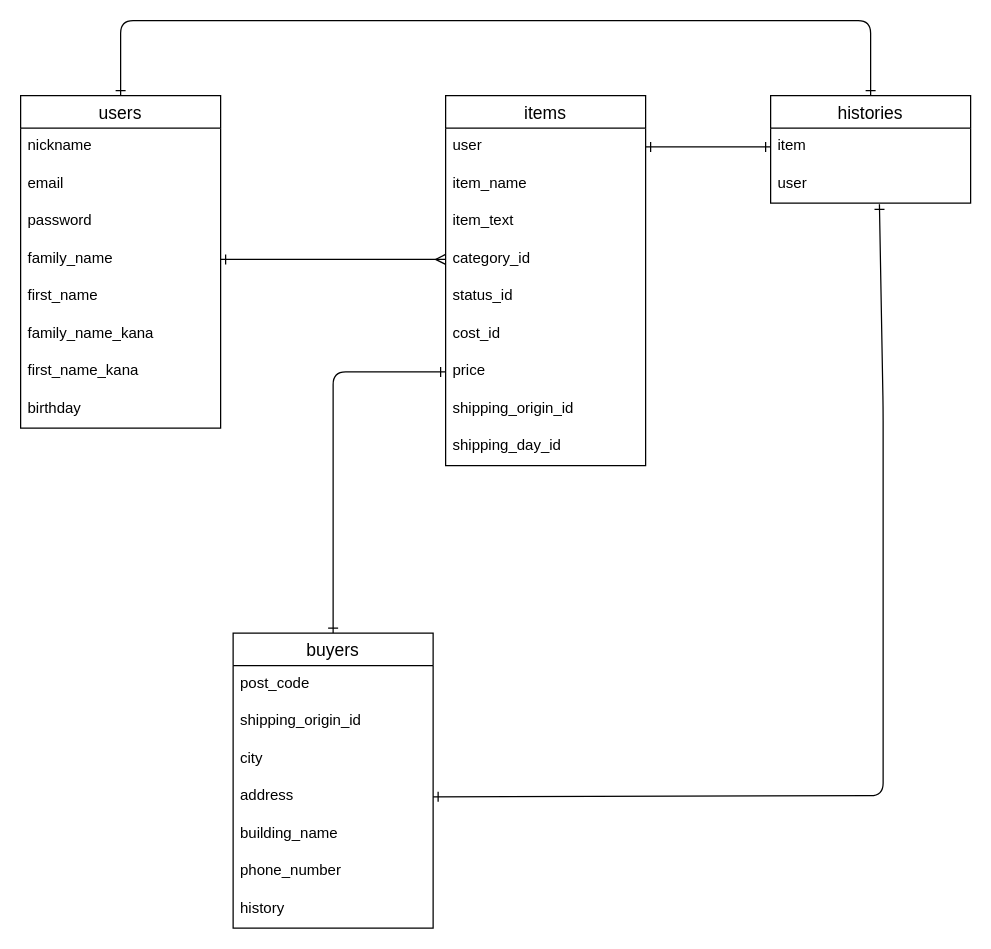
This is furima.dio from Ozeyuta/furima-39084, a draw.io file, before an edit. Source tidied: cells renumbered, new cells numbered last; positions are measured from the earlier drawing's top-left corner, leaving out a move shared by most shapes. Both pictures are drawn from the tidied source at 125%, with x=0, y=0 at pixel (20, 20).
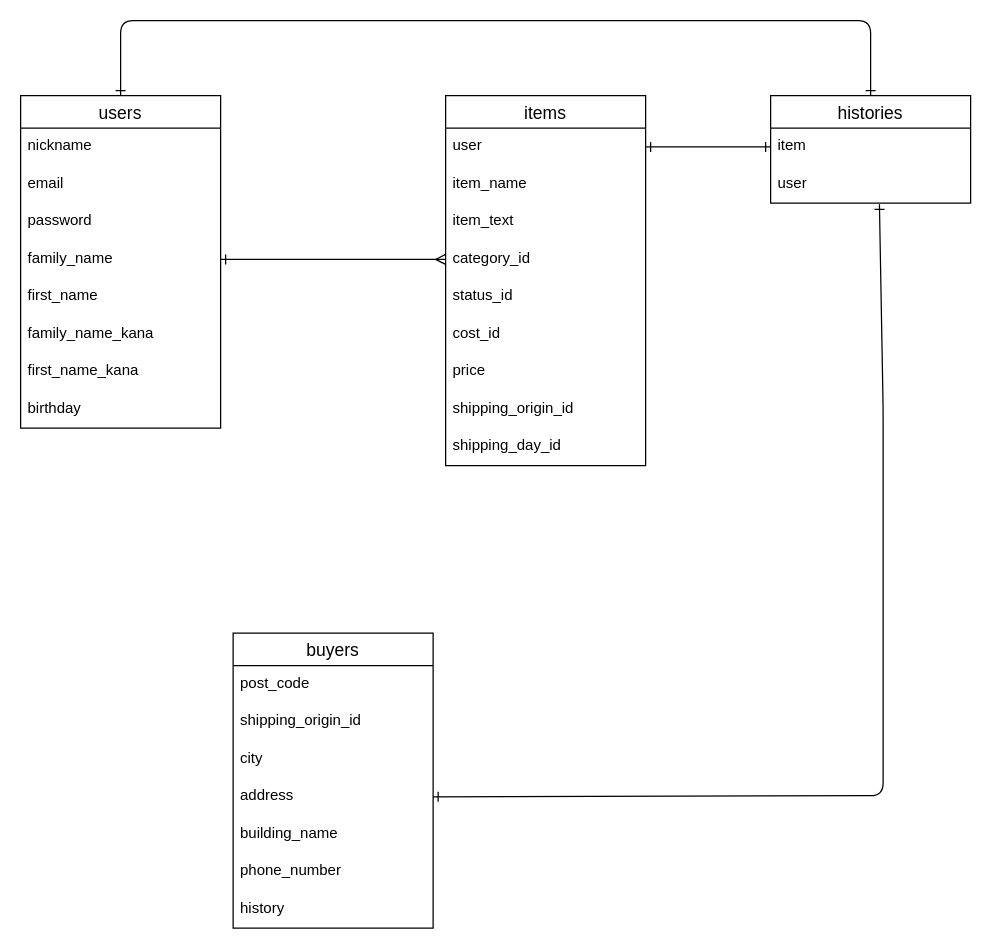
The same page after the edit.

Commit message (it also covers changes not shown here):
ER図とREADMEの修正４

Unchanged cells that the change refers to:
```xml
<mxCell id="19" value="price" style="text;strokeColor=none;fillColor=none;spacingLeft=4;spacingRight=4;overflow=hidden;points=[[0,0.5],[1,0.5]];portConstraint=eastwest;fontSize=12;" parent="12" vertex="1">
  <mxGeometry y="206" width="160" height="30" as="geometry" />
</mxCell>
<mxCell id="23" value="buyers" style="swimlane;fontStyle=0;horizontal=1;startSize=26;align=center;fontSize=14;" parent="1" vertex="1">
  <mxGeometry x="170" y="490" width="160" height="236" as="geometry" />
</mxCell>
```

The edit, as a diff of the source:
```diff
@@
-    <mxCell id="22" style="edgeStyle=none;html=1;exitX=0.5;exitY=0;exitDx=0;exitDy=0;entryX=0;entryY=0.5;entryDx=0;entryDy=0;endArrow=ERone;endFill=0;startArrow=ERone;startFill=0;" parent="1" edge="1" source="23" target="19">
-      <mxGeometry relative="1" as="geometry">
-        <Array as="points">
-          <mxPoint x="250" y="281" />
-        </Array>
-      </mxGeometry>
-    </mxCell>
```
